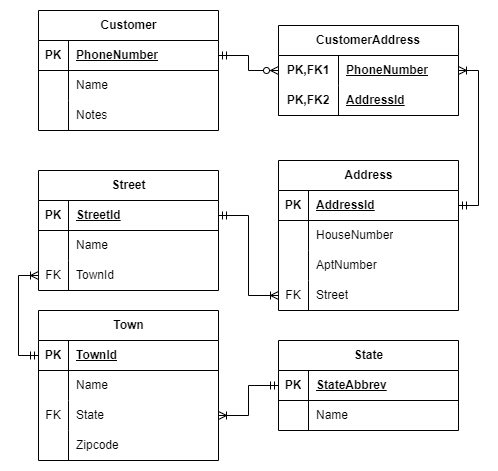
Earlier version of the draw.io export diagrams/CustomerERD.png (wenxie65/RestaurantTouchscreenOrderingSystem). Source tidied: cells renumbered, new cells last; positions are measured from the earlier drawing's top-left corner, leaving out a move shared by most shapes.
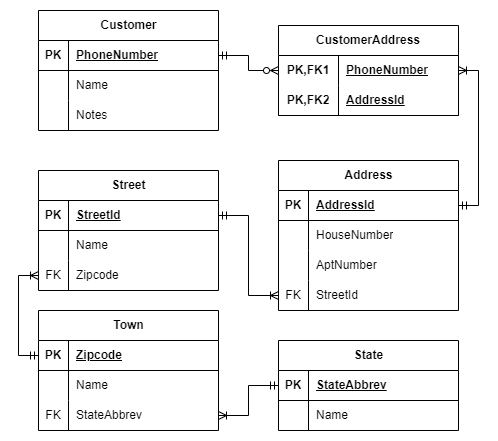
Above is the later version.

Diff of the diagram source:
```diff
@@ -3,7 +3,7 @@
     <mxCell id="0" />
     <mxCell id="1" parent="0" />
     <mxCell id="2" value="Town" style="shape=table;startSize=30;rowLines=0;fontStyle=1;align=center;html=1;" parent="1" vertex="1">
-      <mxGeometry y="300" width="180" height="150" as="geometry" />
+      <mxGeometry y="300" width="180" height="120" as="geometry" />
     </mxCell>
     <mxCell id="3" style="shape=tableRow;horizontal=0;startSize=0;swimlaneHead=0;swimlaneBody=0;fillColor=none;points=[[0,0.5],[1,0.5]];portConstraint=eastwest;top=0;left=0;right=0;bottom=1;" parent="2" vertex="1">
       <mxGeometry y="30" width="180" height="30" as="geometry" />
@@ -11,7 +11,7 @@
     <mxCell id="4" value="PK" style="shape=partialRectangle;fillColor=none;top=0;left=0;bottom=0;right=0;fontStyle=1;overflow=hidden;whiteSpace=wrap;html=1;" parent="3" vertex="1">
       <mxGeometry width="30" height="30" as="geometry" />
     </mxCell>
-    <mxCell id="5" value="TownId" style="shape=partialRectangle;fillColor=none;top=0;left=0;bottom=0;right=0;align=left;spacingLeft=6;fontStyle=5;overflow=hidden;whiteSpace=wrap;html=1;" parent="3" vertex="1">
+    <mxCell id="5" value="Zipcode" style="shape=partialRectangle;fillColor=none;top=0;left=0;bottom=0;right=0;align=left;spacingLeft=6;fontStyle=5;overflow=hidden;whiteSpace=wrap;html=1;" parent="3" vertex="1">
       <mxGeometry x="30" width="150" height="30" as="geometry" />
     </mxCell>
     <mxCell id="6" style="shape=tableRow;horizontal=0;startSize=0;swimlaneHead=0;swimlaneBody=0;fillColor=none;top=0;left=0;right=0;bottom=0;" parent="2" vertex="1">
@@ -29,18 +29,9 @@
     <mxCell id="10" value="FK" style="shape=partialRectangle;fillColor=none;top=0;left=0;bottom=0;right=0;overflow=hidden;whiteSpace=wrap;html=1;" parent="9" vertex="1">
       <mxGeometry width="30" height="30" as="geometry" />
     </mxCell>
-    <mxCell id="11" value="State" style="shape=partialRectangle;fillColor=none;top=0;left=0;bottom=0;right=0;align=left;spacingLeft=6;overflow=hidden;whiteSpace=wrap;html=1;fontStyle=0;" parent="9" vertex="1">
+    <mxCell id="11" value="StateAbbrev" style="shape=partialRectangle;fillColor=none;top=0;left=0;bottom=0;right=0;align=left;spacingLeft=6;overflow=hidden;whiteSpace=wrap;html=1;fontStyle=0;" parent="9" vertex="1">
       <mxGeometry x="30" width="150" height="30" as="geometry" />
     </mxCell>
-    <mxCell id="12" style="shape=tableRow;horizontal=0;startSize=0;swimlaneHead=0;swimlaneBody=0;fillColor=none;top=0;left=0;right=0;bottom=0;" parent="2" vertex="1">
-      <mxGeometry y="120" width="180" height="30" as="geometry" />
-    </mxCell>
-    <mxCell id="13" style="shape=partialRectangle;fillColor=none;top=0;left=0;bottom=0;right=0;overflow=hidden;whiteSpace=wrap;html=1;" parent="12" vertex="1">
-      <mxGeometry width="30" height="30" as="geometry" />
-    </mxCell>
-    <mxCell id="14" value="Zipcode" style="shape=partialRectangle;fillColor=none;top=0;left=0;bottom=0;right=0;align=left;spacingLeft=6;overflow=hidden;whiteSpace=wrap;html=1;fontStyle=0;" parent="12" vertex="1">
-      <mxGeometry x="30" width="150" height="30" as="geometry" />
-    </mxCell>
     <mxCell id="15" value="&lt;b&gt;State&lt;/b&gt;" style="shape=table;startSize=30;rowLines=0;fontStyle=0;align=center;html=1;" parent="1" vertex="1">
       <mxGeometry x="240" y="330" width="180" height="90" as="geometry" />
     </mxCell>
@@ -92,7 +83,7 @@
     <mxCell id="31" value="FK" style="shape=partialRectangle;fillColor=none;top=0;left=0;bottom=0;right=0;overflow=hidden;whiteSpace=wrap;html=1;" parent="30" vertex="1">
       <mxGeometry width="30" height="30" as="geometry" />
     </mxCell>
-    <mxCell id="32" value="TownId" style="shape=partialRectangle;fillColor=none;top=0;left=0;bottom=0;right=0;align=left;spacingLeft=6;overflow=hidden;whiteSpace=wrap;html=1;fontStyle=0;" parent="30" vertex="1">
+    <mxCell id="32" value="Zipcode" style="shape=partialRectangle;fillColor=none;top=0;left=0;bottom=0;right=0;align=left;spacingLeft=6;overflow=hidden;whiteSpace=wrap;html=1;fontStyle=0;" parent="30" vertex="1">
       <mxGeometry x="30" width="150" height="30" as="geometry" />
     </mxCell>
     <mxCell id="33" value="Address" style="shape=table;startSize=30;rowLines=0;fontStyle=1;align=center;html=1;" parent="1" vertex="1">
@@ -131,7 +122,7 @@
     <mxCell id="44" value="FK" style="shape=partialRectangle;fillColor=none;top=0;left=0;bottom=0;right=0;overflow=hidden;whiteSpace=wrap;html=1;" parent="43" vertex="1">
       <mxGeometry width="30" height="30" as="geometry" />
     </mxCell>
-    <mxCell id="45" value="Street" style="shape=partialRectangle;fillColor=none;top=0;left=0;bottom=0;right=0;align=left;spacingLeft=6;overflow=hidden;whiteSpace=wrap;html=1;fontStyle=0;" parent="43" vertex="1">
+    <mxCell id="45" value="StreetId" style="shape=partialRectangle;fillColor=none;top=0;left=0;bottom=0;right=0;align=left;spacingLeft=6;overflow=hidden;whiteSpace=wrap;html=1;fontStyle=0;" parent="43" vertex="1">
       <mxGeometry x="30" width="150" height="30" as="geometry" />
     </mxCell>
     <mxCell id="46" style="edgeStyle=orthogonalEdgeStyle;rounded=0;jettySize=auto;html=1;exitX=1;exitY=0.5;exitDx=0;exitDy=0;entryX=0;entryY=0.5;entryDx=0;entryDy=0;startArrow=ERmandOne;startFill=0;endArrow=ERoneToMany;endFill=0;" parent="1" edge="1" source="24" target="43">
```
